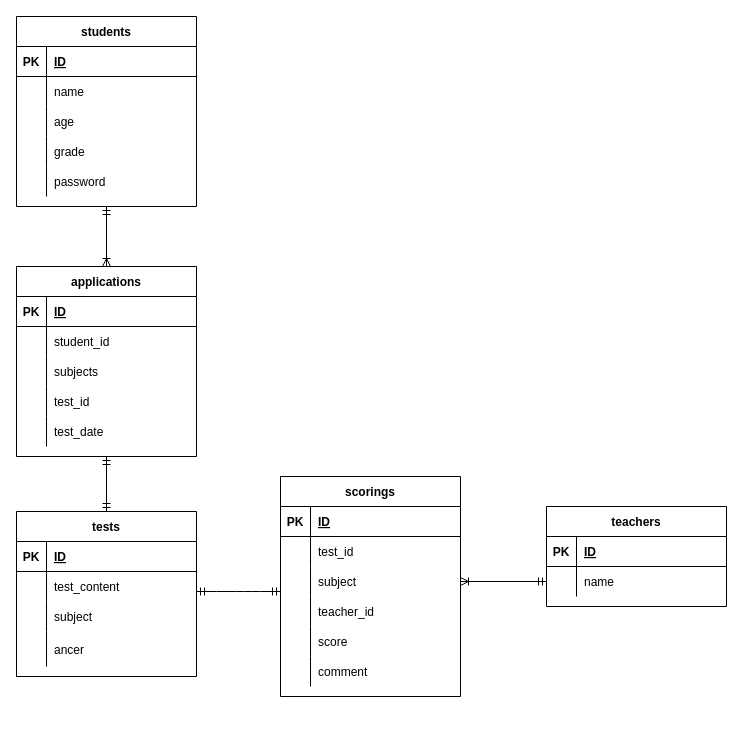
SatoryoTK/DATABASEdesign keeps this draw.io diagram as ER_diagram.drawio. Above is the earlier version. Source tidied: cells renumbered, new cells numbered last; positions are measured from the earlier drawing's top-left corner, leaving out a move shared by most shapes. Both pictures are drawn from the tidied source at 100%, with x=0, y=0 at pixel (16, 16).
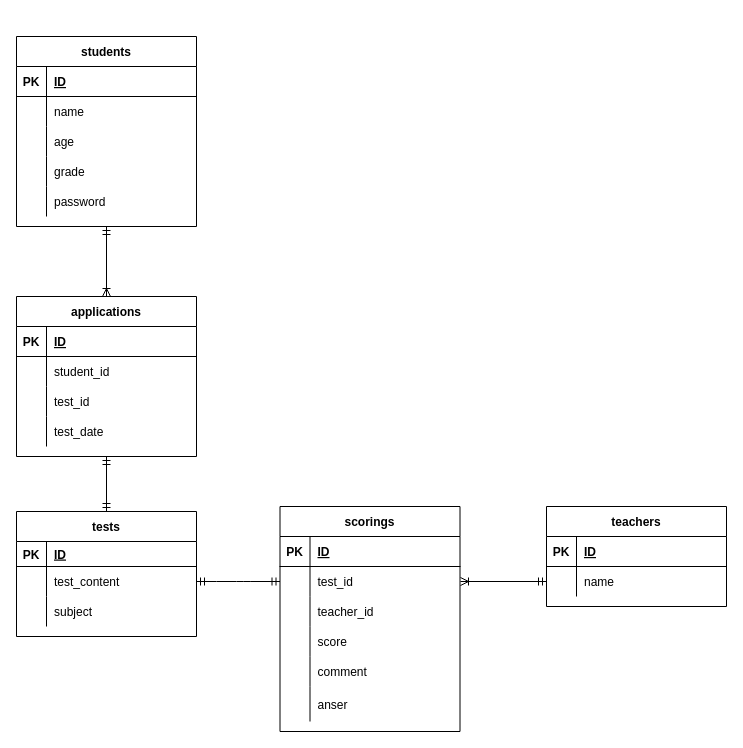
Above is the later version.

The change refers to these unchanged cells:
```xml
<mxCell id="52" style="shape=partialRectangle;fillColor=none;top=0;left=0;bottom=0;right=0;points=[[0,0.5],[1,0.5]];portConstraint=eastwest;" parent="48" vertex="1">
  <mxGeometry y="60" width="180" height="30" as="geometry" />
</mxCell>
<mxCell id="71" style="shape=partialRectangle;fillColor=none;top=0;left=0;bottom=0;right=0;points=[[0,0.5],[1,0.5]];portConstraint=eastwest;" parent="67" vertex="1">
  <mxGeometry y="60" width="180" height="30" as="geometry" />
</mxCell>
```

What changed in the source:
```diff
@@
     <mxCell id="2" value="students" style="shape=table;startSize=30;childLayout=tableLayout;rowLines=0;fontStyle=1;align=center;" parent="1" vertex="1">
-      <mxGeometry width="180" height="190" as="geometry" />
+      <mxGeometry y="20" width="180" height="190" as="geometry" />
     </mxCell>
@@
     <mxCell id="18" value="applications" style="shape=table;startSize=30;childLayout=tableLayout;rowLines=0;fontStyle=1;align=center;" parent="1" vertex="1">
-      <mxGeometry y="250" width="180" height="190" as="geometry" />
+      <mxGeometry y="280" width="180" height="160" as="geometry" />
     </mxCell>
@@
-    <mxCell id="25" style="shape=partialRectangle;fillColor=none;top=0;left=0;bottom=0;right=0;" parent="18" vertex="1">
-      <mxGeometry y="90" width="180" height="30" as="geometry" />
-    </mxCell>
-    <mxCell id="26" style="shape=partialRectangle;fillColor=none;top=0;left=0;bottom=0;right=0;overflow=hidden;" parent="25" vertex="1">
-      <mxGeometry width="30" height="30" as="geometry" />
-    </mxCell>
-    <mxCell id="27" value="subjects" style="shape=partialRectangle;fillColor=none;top=0;left=0;bottom=0;right=0;align=left;spacingLeft=6;overflow=hidden;" parent="25" vertex="1">
-      <mxGeometry x="30" width="150" height="30" as="geometry" />
-    </mxCell>
     <mxCell id="28" style="shape=partialRectangle;fillColor=none;top=0;left=0;bottom=0;right=0;" parent="18" vertex="1">
-      <mxGeometry y="120" width="180" height="30" as="geometry" />
+      <mxGeometry y="90" width="180" height="30" as="geometry" />
     </mxCell>
@@
     <mxCell id="31" style="shape=partialRectangle;fillColor=none;top=0;left=0;bottom=0;right=0;" parent="18" vertex="1">
-      <mxGeometry y="150" width="180" height="30" as="geometry" />
+      <mxGeometry y="120" width="180" height="30" as="geometry" />
     </mxCell>
@@
     <mxCell id="34" value="tests" style="shape=table;startSize=30;childLayout=tableLayout;rowLines=0;fontStyle=1;align=center;" parent="1" vertex="1">
-      <mxGeometry y="495" width="180" height="165" as="geometry" />
+      <mxGeometry y="495" width="180" height="125" as="geometry" />
     </mxCell>
     <mxCell id="35" style="shape=partialRectangle;fillColor=none;top=0;left=0;bottom=1;right=0;" parent="34" vertex="1">
-      <mxGeometry y="30" width="180" height="30" as="geometry" />
+      <mxGeometry y="30" width="180" height="25" as="geometry" />
     </mxCell>
     <mxCell id="36" value="PK" style="shape=partialRectangle;fillColor=none;top=0;left=0;bottom=0;right=0;fontStyle=1;overflow=hidden;" parent="35" vertex="1">
-      <mxGeometry width="30" height="30" as="geometry" />
+      <mxGeometry width="30" height="25" as="geometry" />
     </mxCell>
     <mxCell id="37" value="ID" style="shape=partialRectangle;fillColor=none;top=0;left=0;bottom=0;right=0;align=left;spacingLeft=6;fontStyle=5;overflow=hidden;" parent="35" vertex="1">
-      <mxGeometry x="30" width="150" height="30" as="geometry" />
+      <mxGeometry x="30" width="150" height="25" as="geometry" />
     </mxCell>
     <mxCell id="38" style="shape=partialRectangle;fillColor=none;top=0;left=0;bottom=0;right=0;points=[[0,0.5],[1,0.5]];portConstraint=eastwest;" parent="34" vertex="1">
-      <mxGeometry y="60" width="180" height="30" as="geometry" />
+      <mxGeometry y="55" width="180" height="30" as="geometry" />
     </mxCell>
@@
     <mxCell id="41" style="shape=partialRectangle;fillColor=none;top=0;left=0;bottom=0;right=0;" parent="34" vertex="1">
-      <mxGeometry y="90" width="180" height="30" as="geometry" />
+      <mxGeometry y="85" width="180" height="30" as="geometry" />
     </mxCell>
@@
-    <mxCell id="44" style="shape=partialRectangle;fillColor=none;top=0;left=0;bottom=0;right=0;" parent="34" vertex="1">
-      <mxGeometry y="120" width="180" height="35" as="geometry" />
-    </mxCell>
-    <mxCell id="45" style="shape=partialRectangle;fillColor=none;top=0;left=0;bottom=0;right=0;overflow=hidden;" parent="44" vertex="1">
-      <mxGeometry width="30" height="35" as="geometry" />
-    </mxCell>
-    <mxCell id="46" value="ancer" style="shape=partialRectangle;fillColor=none;top=0;left=0;bottom=0;right=0;align=left;spacingLeft=6;overflow=hidden;" parent="44" vertex="1">
-      <mxGeometry x="30" width="150" height="35" as="geometry" />
-    </mxCell>
@@
     <mxCell id="48" value="scorings" style="shape=table;startSize=30;childLayout=tableLayout;rowLines=0;fontStyle=1;align=center;" parent="1" vertex="1">
-      <mxGeometry x="264" y="460" width="180" height="220" as="geometry" />
+      <mxGeometry x="263.5" y="490" width="180" height="225" as="geometry" />
     </mxCell>
@@
-    <mxCell id="55" style="shape=partialRectangle;fillColor=none;top=0;left=0;bottom=0;right=0;points=[[0,0.5],[1,0.5]];portConstraint=eastwest;" parent="48" vertex="1">
-      <mxGeometry y="90" width="180" height="30" as="geometry" />
-    </mxCell>
-    <mxCell id="56" style="shape=partialRectangle;fillColor=none;top=0;left=0;bottom=0;right=0;overflow=hidden;" parent="55" vertex="1">
-      <mxGeometry width="30" height="30" as="geometry" />
-    </mxCell>
-    <mxCell id="57" value="subject" style="shape=partialRectangle;fillColor=none;top=0;left=0;bottom=0;right=0;align=left;spacingLeft=6;overflow=hidden;" parent="55" vertex="1">
-      <mxGeometry x="30" width="150" height="30" as="geometry" />
-    </mxCell>
     <mxCell id="58" style="shape=partialRectangle;fillColor=none;top=0;left=0;bottom=0;right=0;" parent="48" vertex="1">
-      <mxGeometry y="120" width="180" height="30" as="geometry" />
+      <mxGeometry y="90" width="180" height="30" as="geometry" />
     </mxCell>
@@
     <mxCell id="61" style="shape=partialRectangle;fillColor=none;top=0;left=0;bottom=0;right=0;" parent="48" vertex="1">
-      <mxGeometry y="150" width="180" height="30" as="geometry" />
+      <mxGeometry y="120" width="180" height="30" as="geometry" />
     </mxCell>
@@
     <mxCell id="64" style="shape=partialRectangle;fillColor=none;top=0;left=0;bottom=0;right=0;" parent="48" vertex="1">
-      <mxGeometry y="180" width="180" height="30" as="geometry" />
+      <mxGeometry y="150" width="180" height="30" as="geometry" />
     </mxCell>
@@
+    <mxCell id="44" style="shape=partialRectangle;fillColor=none;top=0;left=0;bottom=0;right=0;" parent="48" vertex="1">
+      <mxGeometry y="180" width="180" height="35" as="geometry" />
+    </mxCell>
+    <mxCell id="45" style="shape=partialRectangle;fillColor=none;top=0;left=0;bottom=0;right=0;overflow=hidden;" parent="44" vertex="1">
+      <mxGeometry width="30" height="35" as="geometry" />
+    </mxCell>
+    <mxCell id="46" value="anser" style="shape=partialRectangle;fillColor=none;top=0;left=0;bottom=0;right=0;align=left;spacingLeft=6;overflow=hidden;" parent="44" vertex="1">
+      <mxGeometry x="30" width="150" height="35" as="geometry" />
+    </mxCell>
@@
-    <mxCell id="74" style="fontSize=12;html=1;endArrow=ERoneToMany;startArrow=ERmandOne;exitX=0;exitY=0.5;exitDx=0;exitDy=0;entryX=1;entryY=0.5;entryDx=0;entryDy=0;" parent="1" edge="1" source="71" target="55">
-      <mxGeometry relative="1" as="geometry" />
+    <mxCell id="74" style="fontSize=12;html=1;endArrow=ERoneToMany;startArrow=ERmandOne;exitX=0;exitY=0.5;exitDx=0;exitDy=0;entryX=1;entryY=0.5;entryDx=0;entryDy=0;" parent="1" edge="1" source="71">
+      <mxGeometry relative="1" as="geometry">
+        <mxPoint x="444" y="565" as="targetPoint" />
+      </mxGeometry>
     </mxCell>
-    <mxCell id="75" style="edgeStyle=entityRelationEdgeStyle;fontSize=12;html=1;endArrow=ERmandOne;startArrow=ERmandOne;entryX=0;entryY=0.833;entryDx=0;entryDy=0;entryPerimeter=0;" parent="1" edge="1" target="55">
-      <mxGeometry relative="1" as="geometry">
-        <mxPoint x="180" y="575" as="sourcePoint" />
-      </mxGeometry>
+    <mxCell id="75" style="edgeStyle=entityRelationEdgeStyle;fontSize=12;html=1;endArrow=ERmandOne;startArrow=ERmandOne;entryX=0;entryY=0.5;entryDx=0;entryDy=0;exitX=1;exitY=0.5;exitDx=0;exitDy=0;" parent="1" edge="1" source="38" target="52">
+      <mxGeometry relative="1" as="geometry" />
     </mxCell>
```
